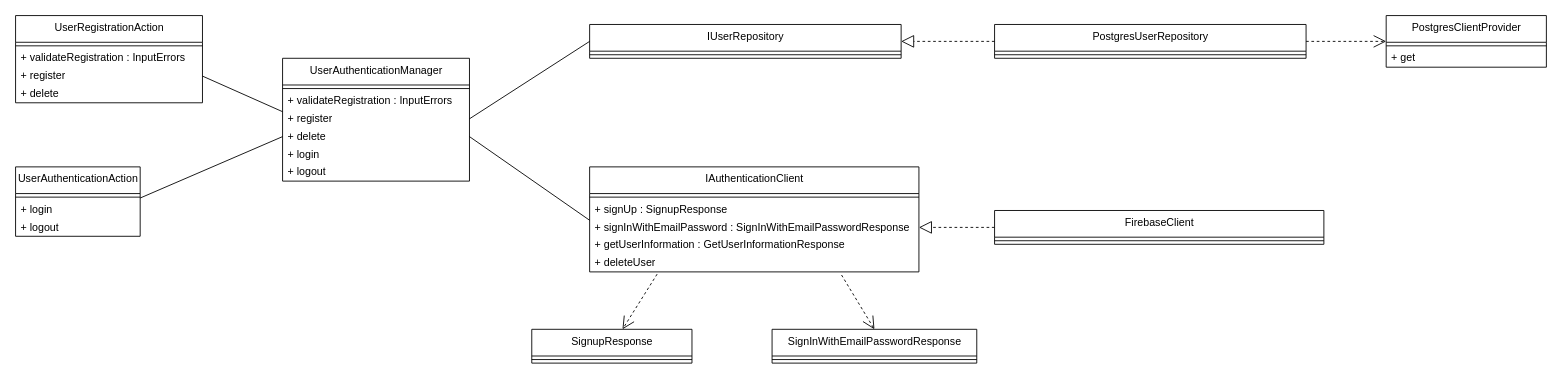
Above: page "AuthenticationModule" (3 of 7) of project-designs/class-diagrams/ff14-sns.drawio in Mouwf/FF14SNS (draw.io), before the change. Source tidied: cells renumbered, new cells numbered last; positions are measured from the earlier drawing's top-left corner, leaving out a move shared by most shapes. Both pictures are drawn from the tidied source at 89%, with x=0, y=0 at pixel (15, 15).
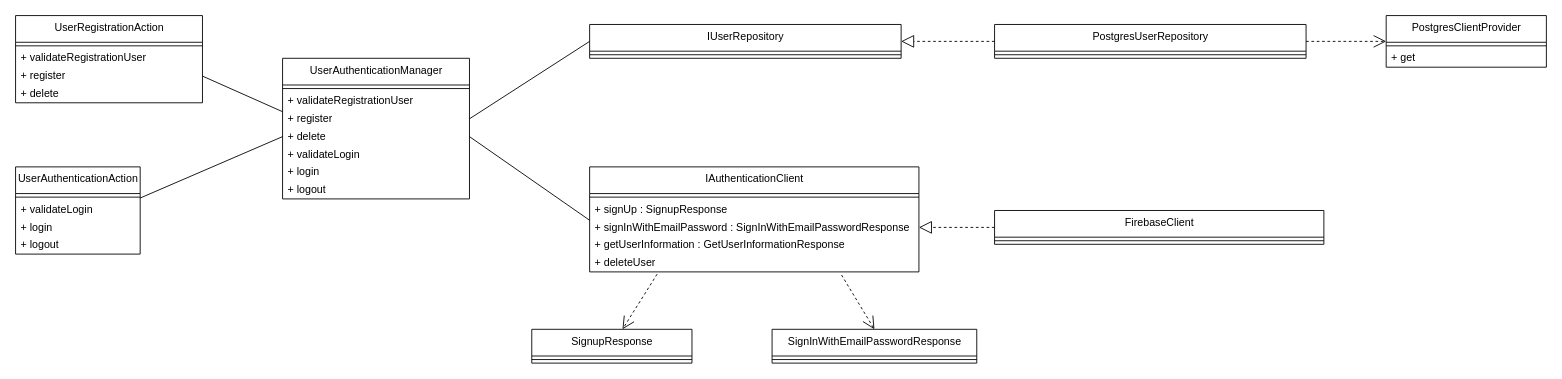
After the change.

Unchanged cells that the change refers to:
```xml
<mxCell id="9" value="UserRegistrationAction" style="swimlane;fontStyle=0;align=center;verticalAlign=top;horizontal=1;startSize=30;html=1;" parent="1" vertex="1">
  <mxGeometry width="210" height="98" as="geometry" />
</mxCell>
```

What changed in the source:
```diff
@@
     <mxCell id="2" value="UserAuthenticationManager" style="swimlane;fontStyle=0;align=center;verticalAlign=top;horizontal=1;startSize=30;html=1;" parent="1" vertex="1">
-      <mxGeometry x="300" y="48" width="210" height="138" as="geometry" />
+      <mxGeometry x="300" y="48" width="210" height="158" as="geometry" />
     </mxCell>
@@
-    <mxCell id="4" value="+&amp;nbsp;validateRegistration : InputErrors" style="text;html=1;strokeColor=none;fillColor=none;align=left;verticalAlign=middle;spacingLeft=4;spacingRight=4;overflow=hidden;" parent="2" vertex="1">
+    <mxCell id="4" value="+&amp;nbsp;validateRegistrationUser" style="text;html=1;strokeColor=none;fillColor=none;align=left;verticalAlign=middle;spacingLeft=4;spacingRight=4;overflow=hidden;" parent="2" vertex="1">
       <mxGeometry y="38" width="210" height="20" as="geometry" />
     </mxCell>
@@
+    <mxCell id="46" value="+ validateLogin" style="text;html=1;strokeColor=none;fillColor=none;align=left;verticalAlign=middle;spacingLeft=4;spacingRight=4;overflow=hidden;" parent="2" vertex="1">
+      <mxGeometry y="98" width="210" height="20" as="geometry" />
+    </mxCell>
     <mxCell id="7" value="+ login" style="text;html=1;strokeColor=none;fillColor=none;align=left;verticalAlign=middle;spacingLeft=4;spacingRight=4;overflow=hidden;" parent="2" vertex="1">
-      <mxGeometry y="98" width="210" height="20" as="geometry" />
+      <mxGeometry y="118" width="210" height="20" as="geometry" />
     </mxCell>
     <mxCell id="8" value="+ logout" style="text;html=1;strokeColor=none;fillColor=none;align=left;verticalAlign=middle;spacingLeft=4;spacingRight=4;overflow=hidden;" parent="2" vertex="1">
-      <mxGeometry y="118" width="210" height="20" as="geometry" />
+      <mxGeometry y="138" width="210" height="20" as="geometry" />
     </mxCell>
@@
-    <mxCell id="11" value="+&amp;nbsp;validateRegistration : InputErrors" style="text;html=1;strokeColor=none;fillColor=none;align=left;verticalAlign=middle;spacingLeft=4;spacingRight=4;overflow=hidden;" parent="9" vertex="1">
+    <mxCell id="11" value="+&amp;nbsp;validateRegistrationUser" style="text;html=1;strokeColor=none;fillColor=none;align=left;verticalAlign=middle;spacingLeft=4;spacingRight=4;overflow=hidden;" parent="9" vertex="1">
       <mxGeometry y="38" width="210" height="20" as="geometry" />
     </mxCell>
@@
     <mxCell id="15" value="UserAuthenticationAction" style="swimlane;fontStyle=0;align=center;verticalAlign=top;horizontal=1;startSize=30;html=1;" parent="1" vertex="1">
-      <mxGeometry y="170" width="140" height="78" as="geometry" />
+      <mxGeometry y="170" width="140" height="98" as="geometry" />
     </mxCell>
@@
-    <mxCell id="17" value="+ login" style="text;html=1;strokeColor=none;fillColor=none;align=left;verticalAlign=middle;spacingLeft=4;spacingRight=4;overflow=hidden;" parent="15" vertex="1">
+    <mxCell id="17" value="+ validateLogin" style="text;html=1;strokeColor=none;fillColor=none;align=left;verticalAlign=middle;spacingLeft=4;spacingRight=4;overflow=hidden;" parent="15" vertex="1">
       <mxGeometry y="38" width="140" height="20" as="geometry" />
     </mxCell>
+    <mxCell id="47" value="+ login" style="text;html=1;strokeColor=none;fillColor=none;align=left;verticalAlign=middle;spacingLeft=4;spacingRight=4;overflow=hidden;" parent="15" vertex="1">
+      <mxGeometry y="58" width="140" height="20" as="geometry" />
+    </mxCell>
     <mxCell id="18" value="+ logout" style="text;html=1;strokeColor=none;fillColor=none;align=left;verticalAlign=middle;spacingLeft=4;spacingRight=4;overflow=hidden;" parent="15" vertex="1">
-      <mxGeometry y="58" width="140" height="20" as="geometry" />
+      <mxGeometry y="78" width="140" height="20" as="geometry" />
     </mxCell>
```
